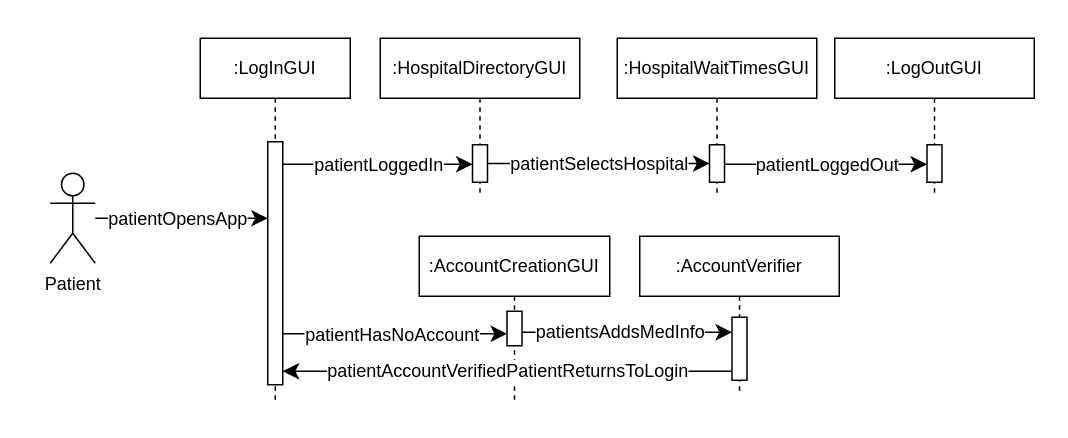
Earlier version of the draw.io diagram AmirWork/M2/P1_SequenceDiagram.drawio (SENG-350-2024-fall/Team9). Source tidied: cells renumbered, new cells numbered last; positions are measured from the earlier drawing's top-left corner, leaving out a move shared by most shapes. Both pictures are drawn from the tidied source at 150%, with x=0, y=0 at pixel (26, 26).
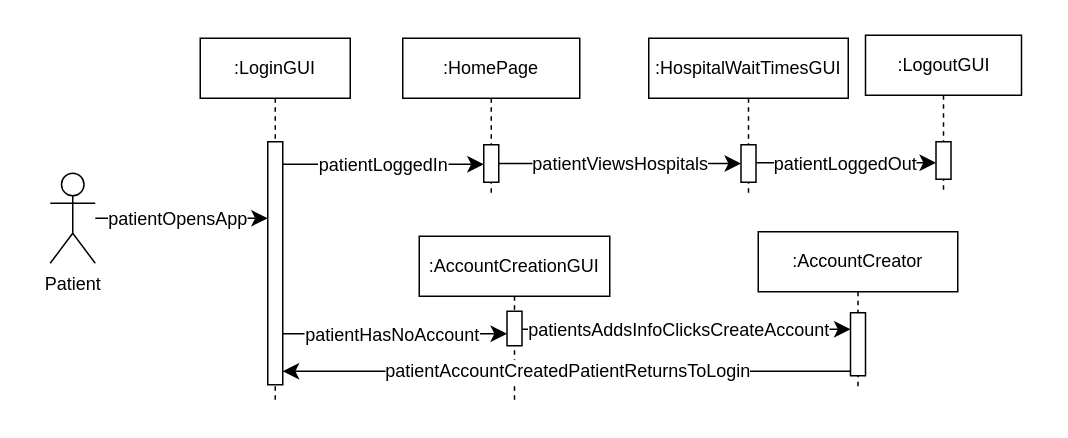
After the change.

The change refers to these unchanged cells:
```xml
<mxCell id="5" style="html=1;points=[];perimeter=orthogonalPerimeter;outlineConnect=0;targetShapes=umlLifeline;portConstraint=eastwest;newEdgeStyle={&quot;edgeStyle&quot;:&quot;elbowEdgeStyle&quot;,&quot;elbow&quot;:&quot;vertical&quot;,&quot;curved&quot;:0,&quot;rounded&quot;:0};" parent="4" vertex="1">
  <mxGeometry x="45" y="69" width="10" height="162" as="geometry" />
</mxCell>
<mxCell id="14" style="html=1;points=[];perimeter=orthogonalPerimeter;outlineConnect=0;targetShapes=umlLifeline;portConstraint=eastwest;newEdgeStyle={&quot;edgeStyle&quot;:&quot;elbowEdgeStyle&quot;,&quot;elbow&quot;:&quot;vertical&quot;,&quot;curved&quot;:0,&quot;rounded&quot;:0};" parent="13" vertex="1">
  <mxGeometry x="61.5" y="54" width="10" height="42" as="geometry" />
</mxCell>
<mxCell id="15" style="edgeStyle=elbowEdgeStyle;curved=0;rounded=0;jettySize=auto;html=1;elbow=vertical;fontSize=12;startSize=8;endSize=8;" parent="1" edge="1" source="7" target="14">
  <mxGeometry relative="1" as="geometry" />
</mxCell>
<mxCell id="23" style="html=1;points=[];perimeter=orthogonalPerimeter;outlineConnect=0;targetShapes=umlLifeline;portConstraint=eastwest;newEdgeStyle={&quot;edgeStyle&quot;:&quot;elbowEdgeStyle&quot;,&quot;elbow&quot;:&quot;vertical&quot;,&quot;curved&quot;:0,&quot;rounded&quot;:0};" parent="22" vertex="1">
  <mxGeometry x="61.5" y="71" width="10" height="25" as="geometry" />
</mxCell>
```

Diff of the diagram source:
```diff
@@
-    <mxCell id="4" value=":LogInGUI" style="shape=umlLifeline;perimeter=lifelinePerimeter;whiteSpace=wrap;html=1;newEdgeStyle={&quot;edgeStyle&quot;:&quot;elbowEdgeStyle&quot;,&quot;elbow&quot;:&quot;vertical&quot;,&quot;curved&quot;:0,&quot;rounded&quot;:0};" parent="1" vertex="1">
+    <mxCell id="4" value=":LoginGUI" style="shape=umlLifeline;perimeter=lifelinePerimeter;whiteSpace=wrap;html=1;newEdgeStyle={&quot;edgeStyle&quot;:&quot;elbowEdgeStyle&quot;,&quot;elbow&quot;:&quot;vertical&quot;,&quot;curved&quot;:0,&quot;rounded&quot;:0};" parent="1" vertex="1">
       <mxGeometry x="116" y="8" width="100" height="243" as="geometry" />
     </mxCell>
@@
-    <mxCell id="13" value=":AccountVerifier" style="shape=umlLifeline;perimeter=lifelinePerimeter;whiteSpace=wrap;html=1;newEdgeStyle={&quot;edgeStyle&quot;:&quot;elbowEdgeStyle&quot;,&quot;elbow&quot;:&quot;vertical&quot;,&quot;curved&quot;:0,&quot;rounded&quot;:0};" parent="1" vertex="1">
-      <mxGeometry x="409" y="140" width="133" height="106" as="geometry" />
+    <mxCell id="13" value=":AccountCreator" style="shape=umlLifeline;perimeter=lifelinePerimeter;whiteSpace=wrap;html=1;newEdgeStyle={&quot;edgeStyle&quot;:&quot;elbowEdgeStyle&quot;,&quot;elbow&quot;:&quot;vertical&quot;,&quot;curved&quot;:0,&quot;rounded&quot;:0};" parent="1" vertex="1">
+      <mxGeometry x="488" y="137" width="133" height="106" as="geometry" />
     </mxCell>
@@
-    <mxCell id="16" value="patientsAddsMedInfo" style="edgeLabel;html=1;align=center;verticalAlign=middle;fontSize=12;" parent="15" vertex="1">
+    <mxCell id="16" value="patientsAddsInfoClicksCreateAccount" style="edgeLabel;html=1;align=center;verticalAlign=middle;fontSize=12;" parent="15" vertex="1">
       <mxGeometry x="0.2" relative="1" as="geometry">
-        <mxPoint x="-19" y="-1" as="offset" />
+        <mxPoint x="-27" as="offset" />
       </mxGeometry>
     </mxCell>
-    <mxCell id="17" value="patientAccountVerifiedPatientReturnsToLogin" style="edgeStyle=elbowEdgeStyle;curved=0;rounded=0;jettySize=auto;html=1;elbow=vertical;fontSize=12;startSize=8;endSize=8;" parent="1" edge="1" source="14" target="5">
+    <mxCell id="17" value="patientAccountCreatedPatientReturnsToLogin" style="edgeStyle=elbowEdgeStyle;curved=0;rounded=0;jettySize=auto;html=1;elbow=vertical;fontSize=12;startSize=8;endSize=8;" parent="1" edge="1" source="14" target="5">
       <mxGeometry relative="1" as="geometry">
         <Array as="points">
           <mxPoint x="320" y="230" />
         </Array>
       </mxGeometry>
     </mxCell>
-    <mxCell id="18" value=":HospitalDirectoryGUI" style="shape=umlLifeline;perimeter=lifelinePerimeter;whiteSpace=wrap;html=1;newEdgeStyle={&quot;edgeStyle&quot;:&quot;elbowEdgeStyle&quot;,&quot;elbow&quot;:&quot;vertical&quot;,&quot;curved&quot;:0,&quot;rounded&quot;:0};" parent="1" vertex="1">
-      <mxGeometry x="236" y="8" width="133" height="106" as="geometry" />
+    <mxCell id="18" value=":HomePage" style="shape=umlLifeline;perimeter=lifelinePerimeter;whiteSpace=wrap;html=1;newEdgeStyle={&quot;edgeStyle&quot;:&quot;elbowEdgeStyle&quot;,&quot;elbow&quot;:&quot;vertical&quot;,&quot;curved&quot;:0,&quot;rounded&quot;:0};" parent="1" vertex="1">
+      <mxGeometry x="251" y="8" width="118" height="106" as="geometry" />
     </mxCell>
     <mxCell id="19" style="html=1;points=[];perimeter=orthogonalPerimeter;outlineConnect=0;targetShapes=umlLifeline;portConstraint=eastwest;newEdgeStyle={&quot;edgeStyle&quot;:&quot;elbowEdgeStyle&quot;,&quot;elbow&quot;:&quot;vertical&quot;,&quot;curved&quot;:0,&quot;rounded&quot;:0};" parent="18" vertex="1">
-      <mxGeometry x="61.5" y="71" width="10" height="25" as="geometry" />
+      <mxGeometry x="54" y="71" width="10" height="25" as="geometry" />
     </mxCell>
@@
     <mxCell id="22" value=":HospitalWaitTimesGUI" style="shape=umlLifeline;perimeter=lifelinePerimeter;whiteSpace=wrap;html=1;newEdgeStyle={&quot;edgeStyle&quot;:&quot;elbowEdgeStyle&quot;,&quot;elbow&quot;:&quot;vertical&quot;,&quot;curved&quot;:0,&quot;rounded&quot;:0};" parent="1" vertex="1">
-      <mxGeometry x="394" y="8" width="133" height="106" as="geometry" />
+      <mxGeometry x="415" y="8" width="133" height="106" as="geometry" />
     </mxCell>
@@
-    <mxCell id="24" value="patientSelectsHospital" style="edgeStyle=elbowEdgeStyle;curved=0;rounded=0;jettySize=auto;html=1;elbow=horizontal;fontSize=12;startSize=8;endSize=8;" parent="1" edge="1" source="19" target="23">
+    <mxCell id="24" value="patientViewsHospitals" style="edgeStyle=elbowEdgeStyle;curved=0;rounded=0;jettySize=auto;html=1;elbow=horizontal;fontSize=12;startSize=8;endSize=8;" parent="1" edge="1" source="19" target="23">
       <mxGeometry relative="1" as="geometry" />
     </mxCell>
-    <mxCell id="25" value=":LogOutGUI" style="shape=umlLifeline;perimeter=lifelinePerimeter;whiteSpace=wrap;html=1;newEdgeStyle={&quot;edgeStyle&quot;:&quot;elbowEdgeStyle&quot;,&quot;elbow&quot;:&quot;vertical&quot;,&quot;curved&quot;:0,&quot;rounded&quot;:0};" parent="1" vertex="1">
-      <mxGeometry x="539" y="8" width="133" height="106" as="geometry" />
+    <mxCell id="25" value=":LogoutGUI" style="shape=umlLifeline;perimeter=lifelinePerimeter;whiteSpace=wrap;html=1;newEdgeStyle={&quot;edgeStyle&quot;:&quot;elbowEdgeStyle&quot;,&quot;elbow&quot;:&quot;vertical&quot;,&quot;curved&quot;:0,&quot;rounded&quot;:0};" parent="1" vertex="1">
+      <mxGeometry x="559.5" y="6" width="104" height="106" as="geometry" />
     </mxCell>
     <mxCell id="26" style="html=1;points=[];perimeter=orthogonalPerimeter;outlineConnect=0;targetShapes=umlLifeline;portConstraint=eastwest;newEdgeStyle={&quot;edgeStyle&quot;:&quot;elbowEdgeStyle&quot;,&quot;elbow&quot;:&quot;vertical&quot;,&quot;curved&quot;:0,&quot;rounded&quot;:0};" parent="25" vertex="1">
-      <mxGeometry x="61.5" y="71" width="10" height="25" as="geometry" />
+      <mxGeometry x="47" y="71" width="10" height="25" as="geometry" />
     </mxCell>
```
